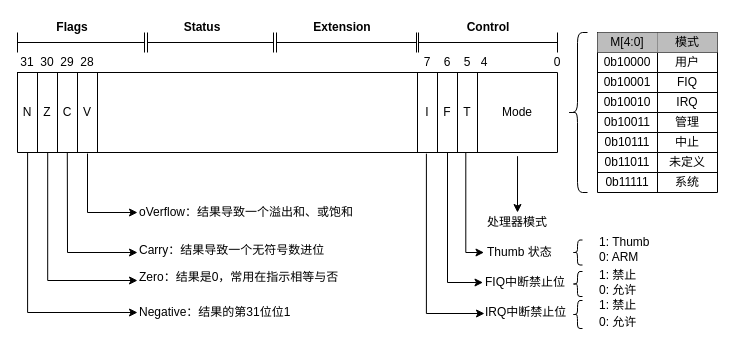
This is page "cpsr" (3 of 7) of draw/SylixOS中断处理流程.drawio from peng-fan/drawio, a draw.io file, before an edit. Source tidied: cells renumbered, new cells numbered last; positions are measured from the earlier drawing's top-left corner, leaving out a move shared by most shapes. Both pictures are drawn from the tidied source at 100%, with x=0, y=0 at pixel (17, 17).
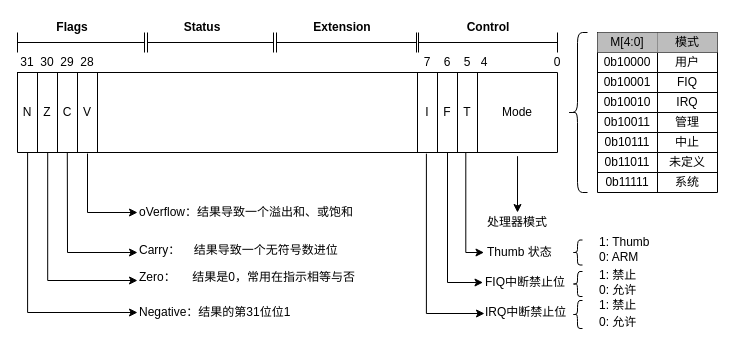
After the change.

Commit message:
Update SylixOS中断处理流程.drawio

What changed in the source:
```diff
@@
-    <mxCell id="76" value="Carry：结果导致一个无符号数进位" style="text;html=1;strokeColor=none;fillColor=none;align=left;verticalAlign=middle;whiteSpace=wrap;rounded=0;labelBackgroundColor=none;" parent="1" vertex="1">
-      <mxGeometry x="120" y="222.5" width="200" height="20" as="geometry" />
+    <mxCell id="76" value="Carry：&amp;nbsp; &amp;nbsp; 结果导致一个无符号数进位" style="text;html=1;strokeColor=none;fillColor=none;align=left;verticalAlign=middle;whiteSpace=wrap;rounded=0;labelBackgroundColor=none;" parent="1" vertex="1">
+      <mxGeometry x="120" y="222.5" width="220" height="20" as="geometry" />
     </mxCell>
@@
-    <mxCell id="78" value="Zero：结果是0，常用在指示相等与否" style="text;html=1;strokeColor=none;fillColor=none;align=left;verticalAlign=middle;whiteSpace=wrap;rounded=0;labelBackgroundColor=none;" parent="1" vertex="1">
-      <mxGeometry x="120" y="245" width="210" height="30" as="geometry" />
+    <mxCell id="78" value="Zero：&amp;nbsp; &amp;nbsp; &amp;nbsp;结果是0，常用在指示相等与否" style="text;html=1;strokeColor=none;fillColor=none;align=left;verticalAlign=middle;whiteSpace=wrap;rounded=0;labelBackgroundColor=none;" parent="1" vertex="1">
+      <mxGeometry x="120" y="245" width="230" height="30" as="geometry" />
     </mxCell>
```
